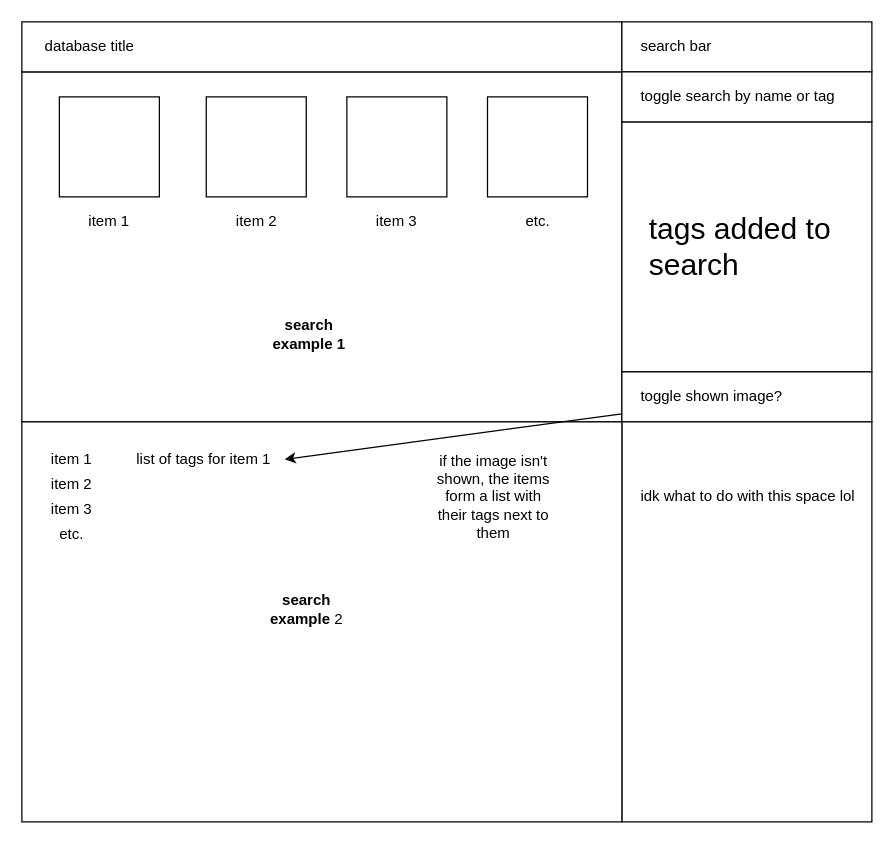
Above: search page.drawio in domzerchi/csci-1082-final (draw.io), before the change. Source tidied: cells renumbered, new cells numbered last; positions are measured from the earlier drawing's top-left corner, leaving out a move shared by most shapes. Both pictures are drawn from the tidied source at 125%, with x=0, y=0 at pixel (21, 21).
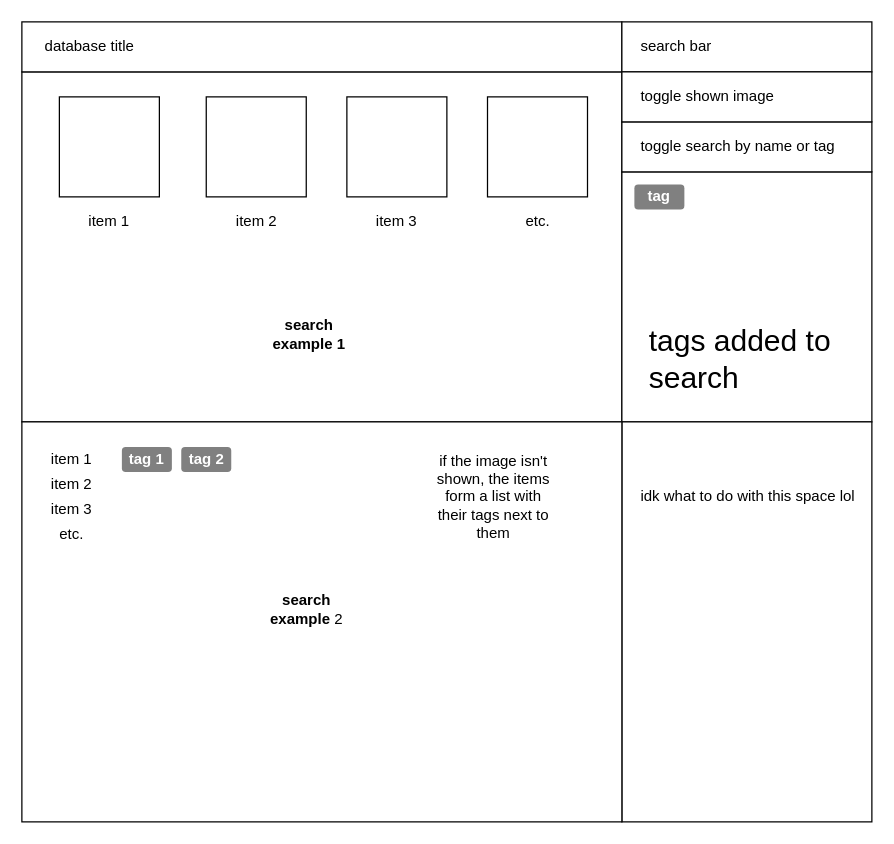
The same diagram, later.

The edit, as a diff of the source:
```diff
@@
-    <mxCell id="4" value="&lt;div style=&quot;font-size: 24px&quot; align=&quot;left&quot;&gt;&amp;nbsp;&amp;nbsp; &lt;font style=&quot;font-size: 24px&quot;&gt;tags added to &lt;br&gt;&lt;/font&gt;&lt;/div&gt;&lt;div style=&quot;font-size: 24px&quot; align=&quot;left&quot;&gt;&lt;font style=&quot;font-size: 24px&quot;&gt;&amp;nbsp;&amp;nbsp; search&lt;/font&gt;&lt;/div&gt;" style="rounded=0;whiteSpace=wrap;html=1;align=left;" parent="1" vertex="1">
-      <mxGeometry x="480" y="80" width="200" height="200" as="geometry" />
+    <mxCell id="4" value="&lt;div&gt;&lt;br&gt;&lt;/div&gt;&lt;div&gt;&lt;br&gt;&lt;/div&gt;&lt;div&gt;&lt;br&gt;&lt;/div&gt;&lt;div&gt;&lt;br&gt;&lt;/div&gt;&lt;div&gt;&lt;br&gt;&lt;/div&gt;&lt;div&gt;&lt;br&gt;&lt;/div&gt;&lt;div&gt;&lt;br&gt;&lt;/div&gt;&lt;div style=&quot;font-size: 24px&quot; align=&quot;left&quot;&gt;&amp;nbsp;&amp;nbsp; &lt;font style=&quot;font-size: 24px&quot;&gt;tags added to &lt;br&gt;&lt;/font&gt;&lt;/div&gt;&lt;div style=&quot;font-size: 24px&quot; align=&quot;left&quot;&gt;&lt;font style=&quot;font-size: 24px&quot;&gt;&amp;nbsp;&amp;nbsp; search&lt;/font&gt;&lt;/div&gt;" style="rounded=0;whiteSpace=wrap;html=1;align=left;" parent="1" vertex="1">
+      <mxGeometry x="480" y="120" width="200" height="200" as="geometry" />
     </mxCell>
@@
     <mxCell id="6" value="&amp;nbsp;&amp;nbsp;&amp;nbsp; toggle search by name or tag" style="rounded=0;whiteSpace=wrap;html=1;align=left;" parent="1" vertex="1">
-      <mxGeometry x="480" y="40" width="200" height="40" as="geometry" />
+      <mxGeometry x="480" y="80" width="200" height="40" as="geometry" />
     </mxCell>
@@
-    <mxCell id="13" value="&lt;div align=&quot;left&quot;&gt;&amp;nbsp;&amp;nbsp;&amp;nbsp; toggle shown image?&lt;br&gt;&lt;/div&gt;" style="rounded=0;whiteSpace=wrap;html=1;align=left;" parent="1" vertex="1">
-      <mxGeometry x="480" y="280" width="200" height="40" as="geometry" />
+    <mxCell id="13" value="&lt;div align=&quot;left&quot;&gt;&amp;nbsp;&amp;nbsp;&amp;nbsp; toggle shown image&lt;/div&gt;" style="rounded=0;whiteSpace=wrap;html=1;align=left;" parent="1" vertex="1">
+      <mxGeometry x="480" y="40" width="200" height="40" as="geometry" />
     </mxCell>
@@
-    <mxCell id="22" value="&lt;div align=&quot;left&quot;&gt;list of tags for item 1&lt;br&gt;&lt;/div&gt;" style="text;html=1;strokeColor=none;fillColor=none;align=left;verticalAlign=middle;whiteSpace=wrap;rounded=0;" parent="1" vertex="1">
-      <mxGeometry x="90" y="340" width="280" height="20" as="geometry" />
-    </mxCell>
-    <mxCell id="23" style="endArrow=classic;html=1;entryX=0.429;entryY=0.5;entryDx=0;entryDy=0;entryPerimeter=0;" parent="1" edge="1" source="13" target="22">
-      <mxGeometry relative="1" as="geometry" />
-    </mxCell>
@@
+    <mxCell id="27" value="&lt;b&gt;tag&lt;/b&gt;" style="rounded=1;whiteSpace=wrap;html=1;strokeColor=none;fillColor=#808080;fontColor=#FFFFFF;" parent="1" vertex="1">
+      <mxGeometry x="490" y="130" width="40" height="20" as="geometry" />
+    </mxCell>
+    <mxCell id="28" value="&lt;b&gt;tag&lt;/b&gt; &lt;b&gt;1&lt;/b&gt;" style="rounded=1;whiteSpace=wrap;html=1;strokeColor=none;fillColor=#808080;fontColor=#FFFFFF;" parent="1" vertex="1">
+      <mxGeometry x="80" y="340" width="40" height="20" as="geometry" />
+    </mxCell>
+    <mxCell id="29" value="&lt;div&gt;&lt;b&gt;tag&lt;/b&gt;&amp;nbsp;&lt;b&gt;2&lt;/b&gt;&lt;/div&gt;" style="rounded=1;whiteSpace=wrap;html=1;strokeColor=none;fillColor=#808080;fontColor=#FFFFFF;" parent="1" vertex="1">
+      <mxGeometry x="127.5" y="340" width="40" height="20" as="geometry" />
+    </mxCell>
```
